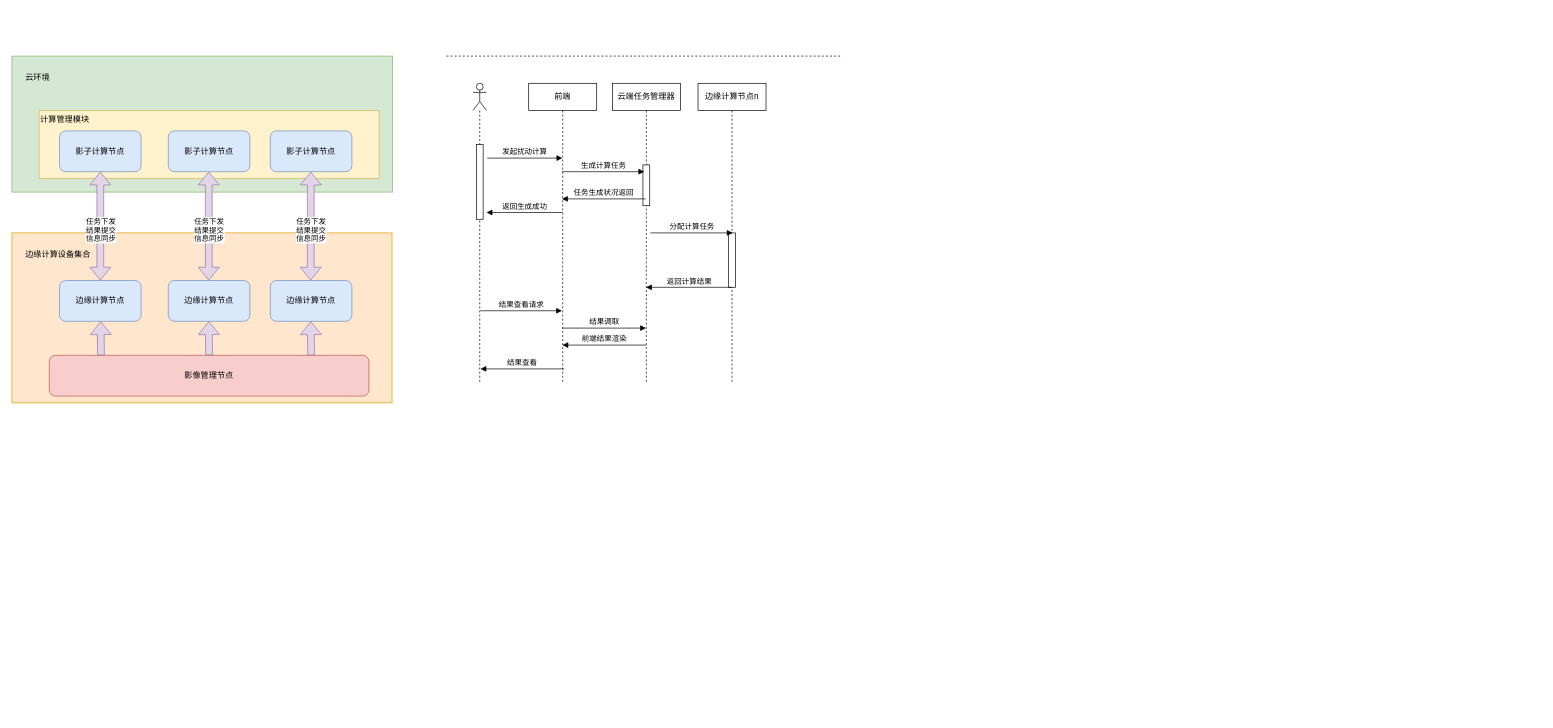
dforel/dforel keeps this draw.io diagram as 计算流程.drawio. Above is the earlier version. Source tidied: cells renumbered, new cells numbered last; positions are measured from the earlier drawing's top-left corner, leaving out a move shared by most shapes. Both pictures are drawn from the tidied source at 68%, with x=0, y=0 at pixel (12, 56).
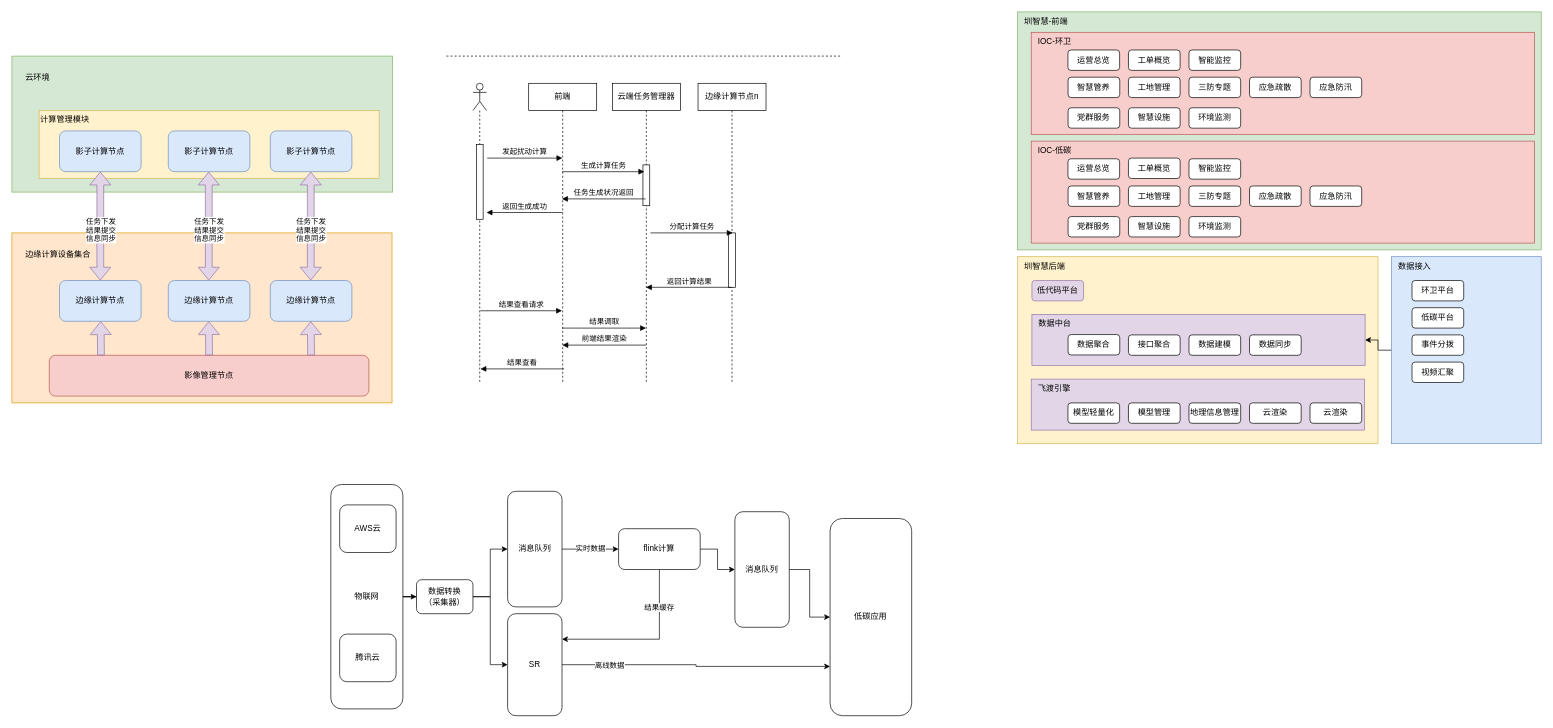
Above is the later version.

Commit message:
更新计算流程.drawio

Change to the diagram source:
```diff
@@
+    <mxCell id="39" style="edgeStyle=orthogonalEdgeStyle;rounded=0;jettySize=auto;html=1;" parent="1" edge="1" source="58" target="44">
+      <mxGeometry relative="1" as="geometry" />
+    </mxCell>
+    <mxCell id="40" value="实时数据" style="edgeStyle=orthogonalEdgeStyle;rounded=0;jettySize=auto;html=1;" parent="1" edge="1" source="41" target="49">
+      <mxGeometry relative="1" as="geometry" />
+    </mxCell>
+    <mxCell id="41" value="消息队列" style="rounded=1;whiteSpace=wrap;html=1;" parent="1" vertex="1">
+      <mxGeometry x="729" y="640" width="80" height="170" as="geometry" />
+    </mxCell>
+    <mxCell id="42" style="edgeStyle=orthogonalEdgeStyle;rounded=0;jettySize=auto;html=1;entryX=0;entryY=0.75;entryDx=0;entryDy=0;" parent="1" edge="1" source="44" target="45">
+      <mxGeometry relative="1" as="geometry" />
+    </mxCell>
+    <mxCell id="43" value="离线数据" style="edgeLabel;html=1;align=center;verticalAlign=middle;" parent="42" vertex="1">
+      <mxGeometry x="-0.65" y="-1" relative="1" as="geometry" />
+    </mxCell>
+    <mxCell id="44" value="SR" style="rounded=1;whiteSpace=wrap;html=1;" parent="1" vertex="1">
+      <mxGeometry x="729" y="820" width="80" height="150" as="geometry" />
+    </mxCell>
+    <mxCell id="45" value="低碳应用" style="rounded=1;whiteSpace=wrap;html=1;" parent="1" vertex="1">
+      <mxGeometry x="1203.2" y="680" width="120" height="290" as="geometry" />
+    </mxCell>
+    <mxCell id="46" style="edgeStyle=orthogonalEdgeStyle;rounded=0;jettySize=auto;html=1;entryX=1;entryY=0.25;entryDx=0;entryDy=0;exitX=0.5;exitY=1;exitDx=0;exitDy=0;" parent="1" edge="1" source="49" target="44">
+      <mxGeometry relative="1" as="geometry" />
+    </mxCell>
+    <mxCell id="47" value="结果缓存" style="edgeLabel;html=1;align=center;verticalAlign=middle;" parent="46" vertex="1">
+      <mxGeometry x="-0.55" y="-1" relative="1" as="geometry" />
+    </mxCell>
+    <mxCell id="48" style="edgeStyle=orthogonalEdgeStyle;rounded=0;jettySize=auto;html=1;entryX=0;entryY=0.5;entryDx=0;entryDy=0;" parent="1" edge="1" source="51" target="45">
+      <mxGeometry relative="1" as="geometry" />
+    </mxCell>
+    <mxCell id="49" value="flink计算" style="rounded=1;whiteSpace=wrap;html=1;" parent="1" vertex="1">
+      <mxGeometry x="892.2" y="695" width="120" height="60" as="geometry" />
+    </mxCell>
+    <mxCell id="50" style="edgeStyle=orthogonalEdgeStyle;rounded=0;jettySize=auto;html=1;entryX=0;entryY=0.5;entryDx=0;entryDy=0;" parent="1" edge="1" source="49" target="51">
+      <mxGeometry relative="1" as="geometry" />
+    </mxCell>
+    <mxCell id="51" value="消息队列" style="rounded=1;whiteSpace=wrap;html=1;" parent="1" vertex="1">
+      <mxGeometry x="1063.2" y="670" width="80" height="170" as="geometry" />
+    </mxCell>
+    <mxCell id="52" style="group;" parent="1" vertex="1">
+      <mxGeometry x="469" y="630" width="106" height="330" as="geometry" />
+    </mxCell>
+    <mxCell id="53" value="物联网" style="rounded=1;whiteSpace=wrap;html=1;" parent="52" vertex="1">
+      <mxGeometry width="106" height="330" as="geometry" />
+    </mxCell>
+    <mxCell id="54" value="AWS云" style="rounded=1;whiteSpace=wrap;html=1;" parent="52" vertex="1">
+      <mxGeometry x="13" y="30" width="83" height="70" as="geometry" />
+    </mxCell>
+    <mxCell id="55" value="腾讯云" style="rounded=1;whiteSpace=wrap;html=1;" parent="52" vertex="1">
+      <mxGeometry x="13" y="220" width="83" height="70" as="geometry" />
+    </mxCell>
+    <mxCell id="56" style="edgeStyle=orthogonalEdgeStyle;rounded=0;jettySize=auto;html=1;" parent="1" edge="1" source="53" target="58">
+      <mxGeometry relative="1" as="geometry" />
+    </mxCell>
+    <mxCell id="57" style="edgeStyle=orthogonalEdgeStyle;rounded=0;jettySize=auto;html=1;" parent="1" edge="1" source="58" target="41">
+      <mxGeometry relative="1" as="geometry" />
+    </mxCell>
+    <mxCell id="58" value="数据转换&lt;br&gt;（采集器）" style="rounded=1;whiteSpace=wrap;html=1;" parent="1" vertex="1">
+      <mxGeometry x="595" y="770" width="83" height="50" as="geometry" />
+    </mxCell>
+    <mxCell id="59" value="圳智慧-前端" style="rounded=0;whiteSpace=wrap;html=1;verticalAlign=top;align=left;spacingLeft=8;fillColor=#d5e8d4;strokeColor=#82b366;" parent="1" vertex="1">
+      <mxGeometry x="1479" y="-65" width="770" height="350" as="geometry" />
+    </mxCell>
+    <mxCell id="60" value="圳智慧后端" style="rounded=0;whiteSpace=wrap;html=1;verticalAlign=top;align=left;spacingLeft=8;fillColor=#fff2cc;strokeColor=#d6b656;" parent="1" vertex="1">
+      <mxGeometry x="1479" y="295" width="530" height="275" as="geometry" />
+    </mxCell>
+    <mxCell id="61" value="低代码平台" style="rounded=1;whiteSpace=wrap;html=1;fillColor=#e1d5e7;strokeColor=#9673a6;" parent="1" vertex="1">
+      <mxGeometry x="1500" y="330" width="76" height="30" as="geometry" />
+    </mxCell>
+    <mxCell id="62" value="IOC-环卫" style="rounded=0;whiteSpace=wrap;html=1;verticalAlign=top;align=left;spacingLeft=8;fillColor=#f8cecc;strokeColor=#b85450;" parent="1" vertex="1">
+      <mxGeometry x="1499" y="-35" width="740" height="150" as="geometry" />
+    </mxCell>
+    <mxCell id="63" value="运营总览" style="rounded=1;whiteSpace=wrap;html=1;" parent="1" vertex="1">
+      <mxGeometry x="1553" y="-9" width="76" height="30" as="geometry" />
+    </mxCell>
+    <mxCell id="64" value="工单概览" style="rounded=1;whiteSpace=wrap;html=1;" parent="1" vertex="1">
+      <mxGeometry x="1642" y="-9" width="76" height="30" as="geometry" />
+    </mxCell>
+    <mxCell id="65" value="智能监控" style="rounded=1;whiteSpace=wrap;html=1;" parent="1" vertex="1">
+      <mxGeometry x="1731" y="-9" width="76" height="30" as="geometry" />
+    </mxCell>
+    <mxCell id="66" value="智慧管养" style="rounded=1;whiteSpace=wrap;html=1;" parent="1" vertex="1">
+      <mxGeometry x="1553.2" y="31" width="76" height="30" as="geometry" />
+    </mxCell>
+    <mxCell id="67" value="工地管理" style="rounded=1;whiteSpace=wrap;html=1;" parent="1" vertex="1">
+      <mxGeometry x="1642" y="31" width="76" height="30" as="geometry" />
+    </mxCell>
+    <mxCell id="68" value="三防专题" style="rounded=1;whiteSpace=wrap;html=1;" parent="1" vertex="1">
+      <mxGeometry x="1731" y="31" width="76" height="30" as="geometry" />
+    </mxCell>
+    <mxCell id="69" value="应急疏散" style="rounded=1;whiteSpace=wrap;html=1;" parent="1" vertex="1">
+      <mxGeometry x="1820" y="31" width="76" height="30" as="geometry" />
+    </mxCell>
+    <mxCell id="70" value="应急防汛" style="rounded=1;whiteSpace=wrap;html=1;" parent="1" vertex="1">
+      <mxGeometry x="1909" y="31" width="76" height="30" as="geometry" />
+    </mxCell>
+    <mxCell id="71" value="党群服务" style="rounded=1;whiteSpace=wrap;html=1;" parent="1" vertex="1">
+      <mxGeometry x="1553.2" y="76" width="76" height="30" as="geometry" />
+    </mxCell>
+    <mxCell id="72" value="智慧设施" style="rounded=1;whiteSpace=wrap;html=1;" parent="1" vertex="1">
+      <mxGeometry x="1642" y="76" width="76" height="30" as="geometry" />
+    </mxCell>
+    <mxCell id="73" value="环境监测" style="rounded=1;whiteSpace=wrap;html=1;" parent="1" vertex="1">
+      <mxGeometry x="1731" y="76" width="76" height="30" as="geometry" />
+    </mxCell>
+    <mxCell id="74" value="IOC-低碳" style="rounded=0;whiteSpace=wrap;html=1;verticalAlign=top;align=left;spacingLeft=8;fillColor=#f8cecc;strokeColor=#b85450;" parent="1" vertex="1">
+      <mxGeometry x="1499" y="125" width="740" height="150" as="geometry" />
+    </mxCell>
+    <mxCell id="75" value="运营总览" style="rounded=1;whiteSpace=wrap;html=1;" parent="1" vertex="1">
+      <mxGeometry x="1553" y="151" width="76" height="30" as="geometry" />
+    </mxCell>
+    <mxCell id="76" value="工单概览" style="rounded=1;whiteSpace=wrap;html=1;" parent="1" vertex="1">
+      <mxGeometry x="1642" y="150" width="76" height="30" as="geometry" />
+    </mxCell>
+    <mxCell id="77" value="智能监控" style="rounded=1;whiteSpace=wrap;html=1;" parent="1" vertex="1">
+      <mxGeometry x="1731" y="151" width="76" height="30" as="geometry" />
+    </mxCell>
+    <mxCell id="78" value="智慧管养" style="rounded=1;whiteSpace=wrap;html=1;" parent="1" vertex="1">
+      <mxGeometry x="1553.2" y="191" width="76" height="30" as="geometry" />
+    </mxCell>
+    <mxCell id="79" value="工地管理" style="rounded=1;whiteSpace=wrap;html=1;" parent="1" vertex="1">
+      <mxGeometry x="1642" y="191" width="76" height="30" as="geometry" />
+    </mxCell>
+    <mxCell id="80" value="三防专题" style="rounded=1;whiteSpace=wrap;html=1;" parent="1" vertex="1">
+      <mxGeometry x="1731" y="191" width="76" height="30" as="geometry" />
+    </mxCell>
+    <mxCell id="81" value="应急疏散" style="rounded=1;whiteSpace=wrap;html=1;" parent="1" vertex="1">
+      <mxGeometry x="1820" y="191" width="76" height="30" as="geometry" />
+    </mxCell>
+    <mxCell id="82" value="应急防汛" style="rounded=1;whiteSpace=wrap;html=1;" parent="1" vertex="1">
+      <mxGeometry x="1909" y="191" width="76" height="30" as="geometry" />
+    </mxCell>
+    <mxCell id="83" value="党群服务" style="rounded=1;whiteSpace=wrap;html=1;" parent="1" vertex="1">
+      <mxGeometry x="1553.2" y="236" width="76" height="30" as="geometry" />
+    </mxCell>
+    <mxCell id="84" value="智慧设施" style="rounded=1;whiteSpace=wrap;html=1;" parent="1" vertex="1">
+      <mxGeometry x="1642" y="236" width="76" height="30" as="geometry" />
+    </mxCell>
+    <mxCell id="85" value="环境监测" style="rounded=1;whiteSpace=wrap;html=1;" parent="1" vertex="1">
+      <mxGeometry x="1731" y="236" width="76" height="30" as="geometry" />
+    </mxCell>
+    <mxCell id="86" value="数据中台" style="rounded=0;whiteSpace=wrap;html=1;verticalAlign=top;align=left;spacingLeft=8;fillColor=#e1d5e7;strokeColor=#9673a6;" parent="1" vertex="1">
+      <mxGeometry x="1500" y="380" width="490" height="75" as="geometry" />
+    </mxCell>
+    <mxCell id="87" value="数据聚合" style="rounded=1;whiteSpace=wrap;html=1;" parent="1" vertex="1">
+      <mxGeometry x="1553.2" y="409.5" width="76" height="30" as="geometry" />
+    </mxCell>
+    <mxCell id="88" value="接口聚合" style="rounded=1;whiteSpace=wrap;html=1;" parent="1" vertex="1">
+      <mxGeometry x="1642" y="410" width="76" height="30" as="geometry" />
+    </mxCell>
+    <mxCell id="89" value="数据建模" style="rounded=1;whiteSpace=wrap;html=1;" parent="1" vertex="1">
+      <mxGeometry x="1731" y="410" width="76" height="30" as="geometry" />
+    </mxCell>
+    <mxCell id="90" value="数据同步" style="rounded=1;whiteSpace=wrap;html=1;" parent="1" vertex="1">
+      <mxGeometry x="1820" y="410" width="76" height="30" as="geometry" />
+    </mxCell>
+    <mxCell id="91" value="飞渡引擎" style="rounded=0;whiteSpace=wrap;html=1;verticalAlign=top;align=left;spacingLeft=8;fillColor=#e1d5e7;strokeColor=#9673a6;" parent="1" vertex="1">
+      <mxGeometry x="1499" y="475" width="490" height="75" as="geometry" />
+    </mxCell>
+    <mxCell id="92" value="模型轻量化" style="rounded=1;whiteSpace=wrap;html=1;" parent="1" vertex="1">
+      <mxGeometry x="1553" y="510" width="76" height="30" as="geometry" />
+    </mxCell>
+    <mxCell id="93" value="模型管理" style="rounded=1;whiteSpace=wrap;html=1;" parent="1" vertex="1">
+      <mxGeometry x="1642" y="510" width="76" height="30" as="geometry" />
+    </mxCell>
+    <mxCell id="94" value="地理信息管理" style="rounded=1;whiteSpace=wrap;html=1;" parent="1" vertex="1">
+      <mxGeometry x="1731" y="510" width="76" height="30" as="geometry" />
+    </mxCell>
+    <mxCell id="95" value="云渲染" style="rounded=1;whiteSpace=wrap;html=1;" parent="1" vertex="1">
+      <mxGeometry x="1820" y="510" width="76" height="30" as="geometry" />
+    </mxCell>
+    <mxCell id="96" value="云渲染" style="rounded=1;whiteSpace=wrap;html=1;" parent="1" vertex="1">
+      <mxGeometry x="1909" y="510" width="76" height="30" as="geometry" />
+    </mxCell>
+    <mxCell id="97" style="edgeStyle=orthogonalEdgeStyle;rounded=0;jettySize=auto;html=1;entryX=1;entryY=0.5;entryDx=0;entryDy=0;" parent="1" edge="1" source="98" target="86">
+      <mxGeometry relative="1" as="geometry" />
+    </mxCell>
+    <mxCell id="98" value="数据接入" style="rounded=0;whiteSpace=wrap;html=1;verticalAlign=top;align=left;spacingLeft=8;fillColor=#dae8fc;strokeColor=#6c8ebf;" parent="1" vertex="1">
+      <mxGeometry x="2029" y="295" width="220" height="275" as="geometry" />
+    </mxCell>
+    <mxCell id="99" value="环卫平台" style="rounded=1;whiteSpace=wrap;html=1;" parent="1" vertex="1">
+      <mxGeometry x="2059" y="330" width="76" height="30" as="geometry" />
+    </mxCell>
+    <mxCell id="100" value="低碳平台" style="rounded=1;whiteSpace=wrap;html=1;" parent="1" vertex="1">
+      <mxGeometry x="2059" y="370" width="76" height="30" as="geometry" />
+    </mxCell>
+    <mxCell id="101" value="事件分拨" style="rounded=1;whiteSpace=wrap;html=1;" parent="1" vertex="1">
+      <mxGeometry x="2059" y="410" width="76" height="30" as="geometry" />
+    </mxCell>
+    <mxCell id="102" value="视频汇聚" style="rounded=1;whiteSpace=wrap;html=1;" parent="1" vertex="1">
+      <mxGeometry x="2059" y="450" width="76" height="30" as="geometry" />
+    </mxCell>
```
